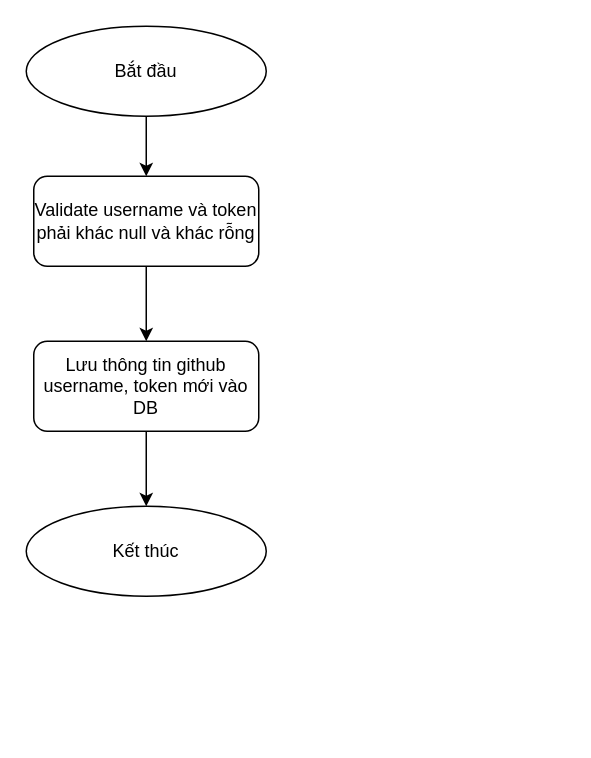
Earlier version of the draw.io diagram page "sua github user name va token" (7 of 7) of K8SCloudNut.drawio (hiep1097/drawio). Source tidied: cells renumbered, new cells numbered last; positions are measured from the earlier drawing's top-left corner, leaving out a move shared by most shapes. Both pictures are drawn from the tidied source at 150%, with x=0, y=0 at pixel (26, 26).
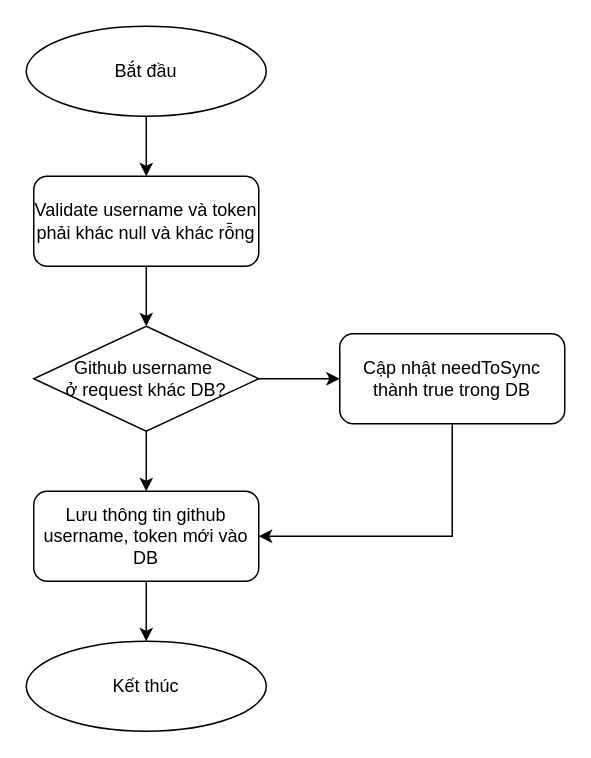
The same diagram, later.

Commit message (it also covers changes not shown here):
Cập nhật K8SCloudNut.drawio

Change to the diagram source:
```diff
@@
 <mxGraphModel>
   <root>
     <mxCell id="0" />
     <mxCell id="1" parent="0" />
     <mxCell id="2" value="Bắt đầu" style="ellipse;whiteSpace=wrap;html=1;" parent="1" vertex="1">
       <mxGeometry width="160" height="60" as="geometry" />
     </mxCell>
     <mxCell id="3" value="Lưu thông tin github username, token mới vào DB" style="rounded=1;whiteSpace=wrap;html=1;" parent="1" vertex="1">
-      <mxGeometry x="5" y="210" width="150" height="60" as="geometry" />
+      <mxGeometry x="5" y="310" width="150" height="60" as="geometry" />
     </mxCell>
     <mxCell id="4" value="Validate username và token phải khác null và khác rỗng" style="rounded=1;whiteSpace=wrap;html=1;" parent="1" vertex="1">
       <mxGeometry x="5" y="100" width="150" height="60" as="geometry" />
     </mxCell>
     <mxCell id="5" value="Kết thúc" style="ellipse;whiteSpace=wrap;html=1;" parent="1" vertex="1">
-      <mxGeometry y="320" width="160" height="60" as="geometry" />
+      <mxGeometry y="410" width="160" height="60" as="geometry" />
     </mxCell>
     <mxCell id="6" style="endArrow=classic;html=1;rounded=0;" parent="1" edge="1" source="2" target="4">
       <mxGeometry relative="1" as="geometry" />
     </mxCell>
-    <mxCell id="7" style="endArrow=classic;html=1;rounded=0;" parent="1" edge="1" source="4" target="3">
+    <mxCell id="7" style="endArrow=classic;html=1;rounded=0;" parent="1" edge="1" source="4" target="9">
       <mxGeometry relative="1" as="geometry" />
     </mxCell>
     <mxCell id="8" style="endArrow=classic;html=1;rounded=0;" parent="1" edge="1" source="3" target="5">
       <mxGeometry relative="1" as="geometry" />
     </mxCell>
+    <mxCell id="9" value="Github username&amp;nbsp;&lt;div&gt;ở request khác DB?&lt;/div&gt;" style="rhombus;whiteSpace=wrap;html=1;" parent="1" vertex="1">
+      <mxGeometry x="5" y="200" width="150" height="70" as="geometry" />
+    </mxCell>
+    <mxCell id="10" value="Cập nhật needToSync thành true trong DB" style="rounded=1;whiteSpace=wrap;html=1;" parent="1" vertex="1">
+      <mxGeometry x="209" y="205" width="150" height="60" as="geometry" />
+    </mxCell>
+    <mxCell id="11" style="endArrow=classic;html=1;rounded=0;" parent="1" edge="1" source="9" target="10">
+      <mxGeometry relative="1" as="geometry" />
+    </mxCell>
+    <mxCell id="12" style="endArrow=classic;html=1;rounded=0;" parent="1" edge="1" source="10" target="3">
+      <mxGeometry relative="1" as="geometry">
+        <Array as="points">
+          <mxPoint x="284" y="340" />
+        </Array>
+      </mxGeometry>
+    </mxCell>
+    <mxCell id="13" style="endArrow=classic;html=1;rounded=0;" parent="1" edge="1" source="9" target="3">
+      <mxGeometry relative="1" as="geometry" />
+    </mxCell>
   </root>
 </mxGraphModel>
```
